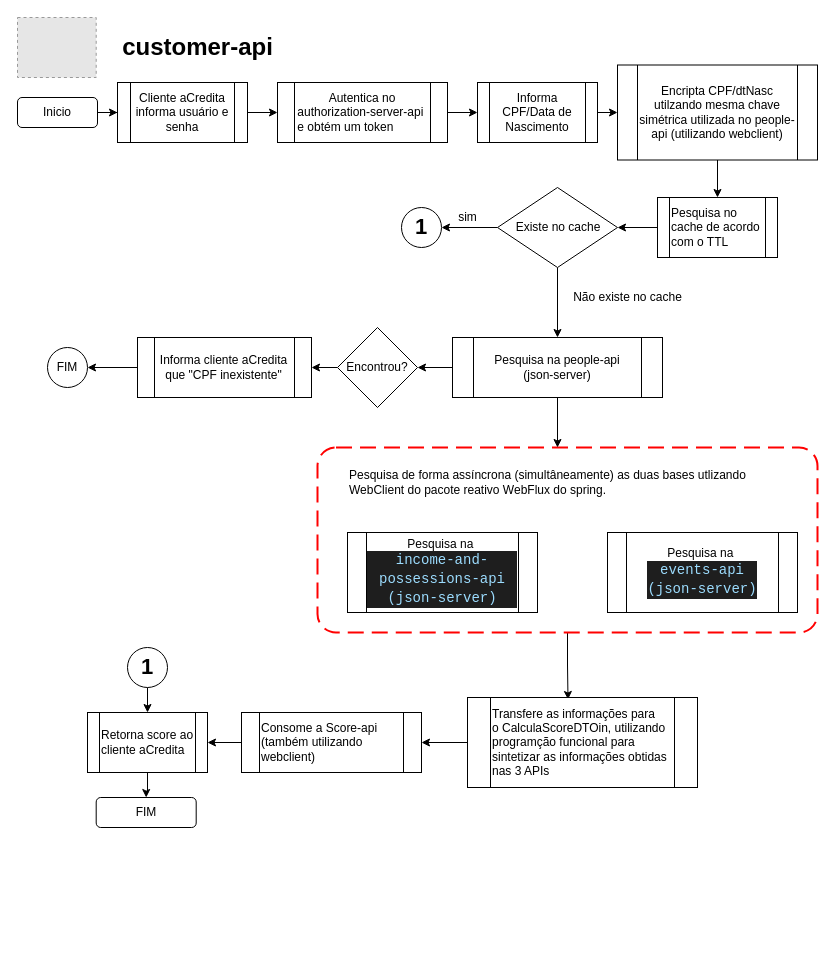
Before: diagrams/customer-api.drawio in lucksjb/acredita, a draw.io diagram. Source tidied: cells renumbered, new cells numbered last; positions are measured from the earlier drawing's top-left corner, leaving out a move shared by most shapes. Both pictures are drawn from the tidied source at 100%, with x=0, y=0 at pixel (17, 17). Pictures stored in the file or linked from it are replaced by grey dashed boxes.
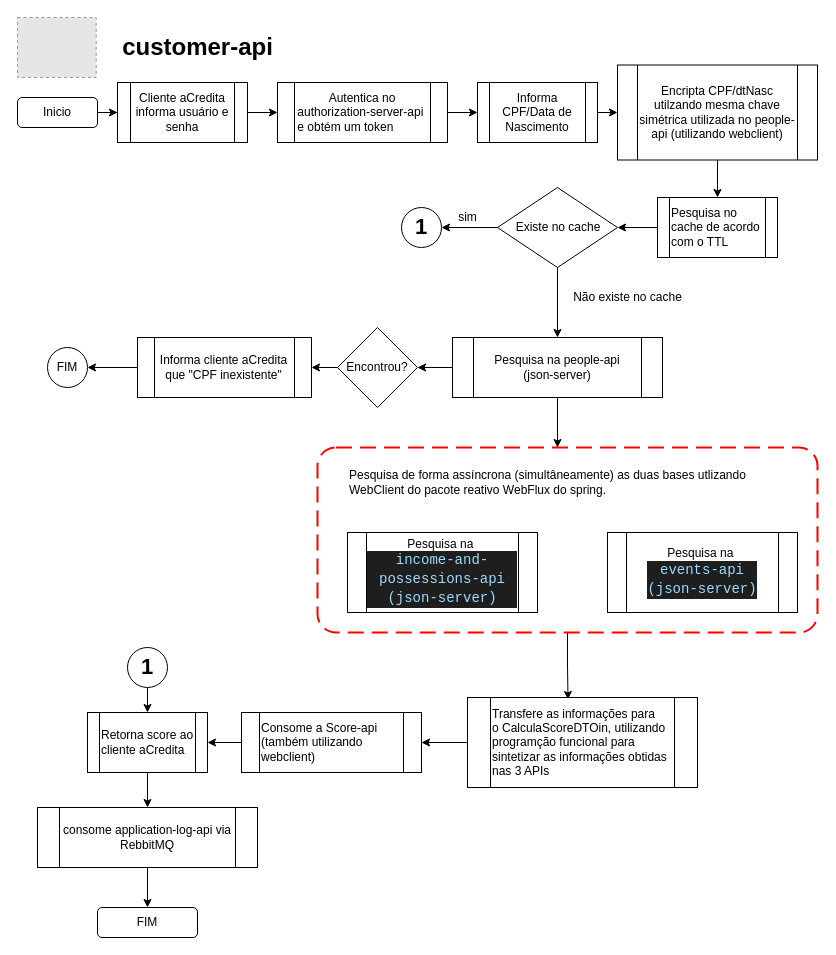
The same diagram, later.

Unchanged cells that the change refers to:
```xml
<mxCell id="32" value="Retorna score ao cliente aCredita" style="shape=process;whiteSpace=wrap;html=1;backgroundOutline=1;align=left;" parent="1" vertex="1">
  <mxGeometry x="70" y="695" width="120" height="60" as="geometry" />
</mxCell>
```

Change to the diagram source:
```diff
@@
-    <mxCell id="31" style="edgeStyle=orthogonalEdgeStyle;rounded=0;jettySize=auto;html=1;exitX=0.5;exitY=1;exitDx=0;exitDy=0;" parent="1" edge="1" source="32" target="33">
-      <mxGeometry relative="1" as="geometry" />
-    </mxCell>
+    <mxCell id="44" style="edgeStyle=orthogonalEdgeStyle;rounded=0;jettySize=auto;html=1;exitX=0.5;exitY=1;exitDx=0;exitDy=0;" parent="1" edge="1" source="32" target="46">
+      <mxGeometry relative="1" as="geometry" />
+    </mxCell>
@@
     <mxCell id="33" value="FIM" style="rounded=1;whiteSpace=wrap;html=1;align=center;" parent="1" vertex="1">
-      <mxGeometry x="78.7" y="780" width="100" height="30" as="geometry" />
+      <mxGeometry x="80" y="890" width="100" height="30" as="geometry" />
     </mxCell>
@@
+    <mxCell id="45" style="edgeStyle=orthogonalEdgeStyle;rounded=0;jettySize=auto;html=1;exitX=0.5;exitY=1;exitDx=0;exitDy=0;entryX=0.5;entryY=0;entryDx=0;entryDy=0;" parent="1" edge="1" source="46" target="33">
+      <mxGeometry relative="1" as="geometry" />
+    </mxCell>
+    <mxCell id="46" value="consome application-log-api via RebbitMQ" style="shape=process;whiteSpace=wrap;html=1;backgroundOutline=1;" parent="1" vertex="1">
+      <mxGeometry x="20" y="790" width="220" height="60" as="geometry" />
+    </mxCell>
```
